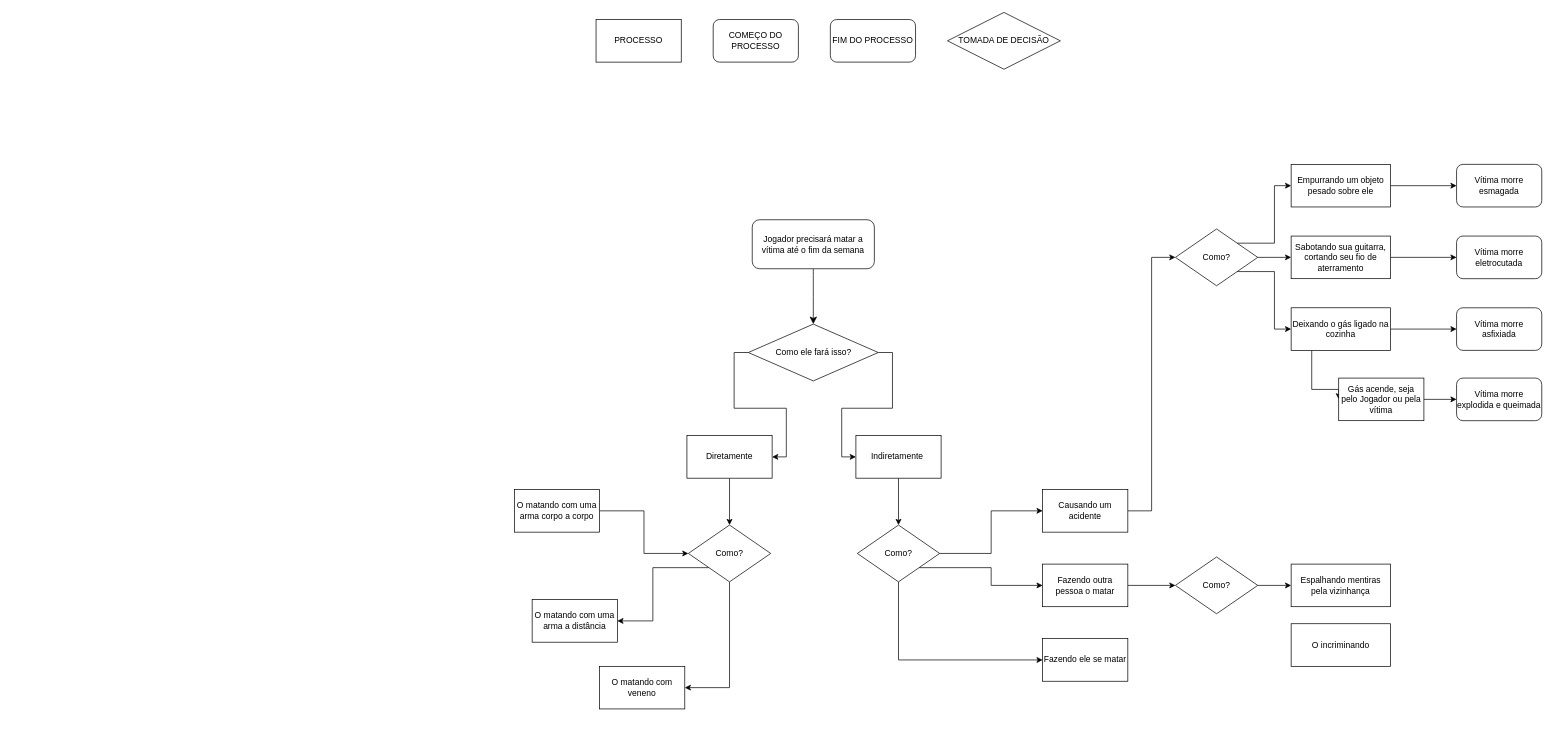
Above: Gameloop.drawio in Reimyel/Diagramas (draw.io), before the change. Source tidied: cells renumbered, new cells numbered last; positions are measured from the earlier drawing's top-left corner, leaving out a move shared by most shapes. Both pictures are drawn from the tidied source at 71%, with x=0, y=0 at pixel (514, 12).
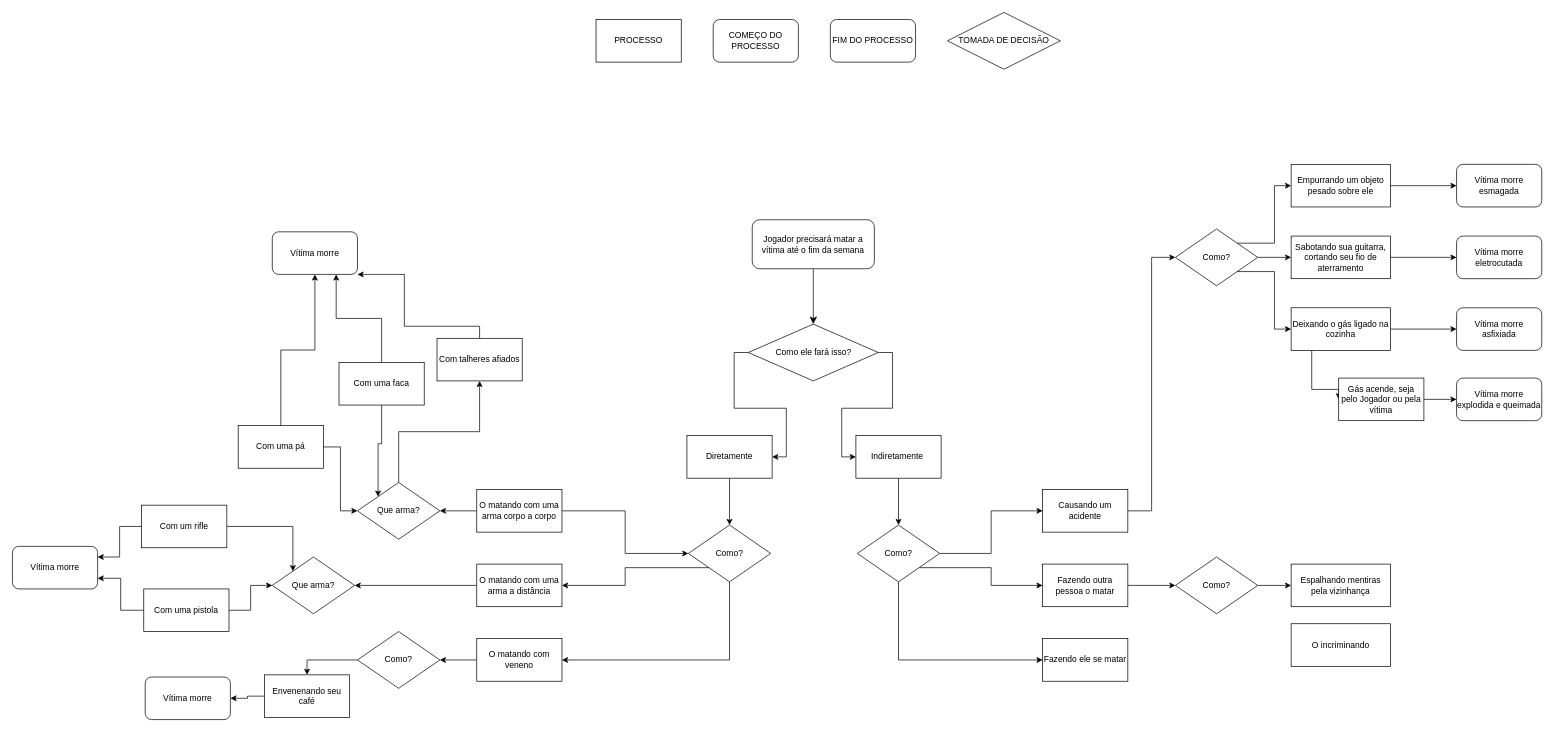
Above is the later version.

Change to the diagram source:
```diff
@@
+    <mxCell id="53" style="edgeStyle=orthogonalEdgeStyle;rounded=0;jettySize=auto;html=1;entryX=1;entryY=0.5;entryDx=0;entryDy=0;" parent="1" edge="1" source="25" target="57">
+      <mxGeometry relative="1" as="geometry" />
+    </mxCell>
     <mxCell id="25" value="O matando com uma arma corpo a corpo" style="whiteSpace=wrap;html=1;fillColor=light-dark(#FFFFFF,#3B2CAC);" parent="1" vertex="1">
-      <mxGeometry y="672" width="120" height="60" as="geometry" />
+      <mxGeometry x="-53" y="672" width="120" height="60" as="geometry" />
     </mxCell>
+    <mxCell id="54" style="edgeStyle=orthogonalEdgeStyle;rounded=0;jettySize=auto;html=1;entryX=1;entryY=0.5;entryDx=0;entryDy=0;" parent="1" edge="1" source="26" target="66">
+      <mxGeometry relative="1" as="geometry" />
+    </mxCell>
     <mxCell id="26" value="O matando com uma arma a distância" style="whiteSpace=wrap;html=1;fillColor=light-dark(#FFFFFF,#3B2CAC);" parent="1" vertex="1">
-      <mxGeometry x="25" y="827" width="120" height="60" as="geometry" />
+      <mxGeometry x="-53" y="777" width="120" height="60" as="geometry" />
     </mxCell>
+    <mxCell id="55" style="edgeStyle=orthogonalEdgeStyle;rounded=0;jettySize=auto;html=1;entryX=1;entryY=0.5;entryDx=0;entryDy=0;" parent="1" edge="1" source="27" target="76">
+      <mxGeometry relative="1" as="geometry" />
+    </mxCell>
     <mxCell id="27" value="O matando com veneno" style="whiteSpace=wrap;html=1;fillColor=light-dark(#FFFFFF,#3B2CAC);" parent="1" vertex="1">
-      <mxGeometry x="120" y="921" width="120" height="60" as="geometry" />
+      <mxGeometry x="-53" y="882" width="120" height="60" as="geometry" />
     </mxCell>
@@
+    <mxCell id="56" style="edgeStyle=orthogonalEdgeStyle;rounded=0;jettySize=auto;html=1;entryX=0.5;entryY=1;entryDx=0;entryDy=0;" parent="1" edge="1" source="57" target="59">
+      <mxGeometry relative="1" as="geometry" />
+    </mxCell>
+    <mxCell id="57" value="Que arma?" style="rhombus;whiteSpace=wrap;html=1;fillColor=light-dark(#FFFFFF,#FF9B2A);" parent="1" vertex="1">
+      <mxGeometry x="-221" y="662" width="116" height="80" as="geometry" />
+    </mxCell>
+    <mxCell id="58" style="edgeStyle=orthogonalEdgeStyle;rounded=0;jettySize=auto;html=1;entryX=1;entryY=1;entryDx=0;entryDy=0;" parent="1" edge="1" source="59" target="73">
+      <mxGeometry relative="1" as="geometry">
+        <Array as="points">
+          <mxPoint x="-49" y="442" />
+          <mxPoint x="-155" y="442" />
+          <mxPoint x="-155" y="369" />
+        </Array>
+      </mxGeometry>
+    </mxCell>
+    <mxCell id="59" value="Com talheres afiados" style="whiteSpace=wrap;html=1;fillColor=light-dark(#FFFFFF,#3B2CAC);" parent="1" vertex="1">
+      <mxGeometry x="-109" y="459" width="120" height="60" as="geometry" />
+    </mxCell>
+    <mxCell id="60" style="edgeStyle=orthogonalEdgeStyle;rounded=0;jettySize=auto;html=1;entryX=0;entryY=0;entryDx=0;entryDy=0;" parent="1" edge="1" source="62" target="57">
+      <mxGeometry relative="1" as="geometry" />
+    </mxCell>
+    <mxCell id="61" style="edgeStyle=orthogonalEdgeStyle;rounded=0;jettySize=auto;html=1;entryX=0.75;entryY=1;entryDx=0;entryDy=0;" parent="1" edge="1" source="62" target="73">
+      <mxGeometry relative="1" as="geometry" />
+    </mxCell>
+    <mxCell id="62" value="Com uma faca" style="whiteSpace=wrap;html=1;fillColor=light-dark(#FFFFFF,#3B2CAC);" parent="1" vertex="1">
+      <mxGeometry x="-247" y="493" width="120" height="60" as="geometry" />
+    </mxCell>
+    <mxCell id="63" style="edgeStyle=orthogonalEdgeStyle;rounded=0;jettySize=auto;html=1;entryX=0;entryY=0.5;entryDx=0;entryDy=0;" parent="1" edge="1" source="65" target="57">
+      <mxGeometry relative="1" as="geometry" />
+    </mxCell>
+    <mxCell id="64" style="edgeStyle=orthogonalEdgeStyle;rounded=0;jettySize=auto;html=1;entryX=0.5;entryY=1;entryDx=0;entryDy=0;" parent="1" edge="1" source="65" target="73">
+      <mxGeometry relative="1" as="geometry" />
+    </mxCell>
+    <mxCell id="65" value="Com uma pá" style="whiteSpace=wrap;html=1;fillColor=light-dark(#FFFFFF,#3B2CAC);" parent="1" vertex="1">
+      <mxGeometry x="-389" y="582" width="120" height="60" as="geometry" />
+    </mxCell>
+    <mxCell id="66" value="Que arma?" style="rhombus;whiteSpace=wrap;html=1;fillColor=light-dark(#FFFFFF,#FF9B2A);" parent="1" vertex="1">
+      <mxGeometry x="-341" y="767" width="116" height="80" as="geometry" />
+    </mxCell>
+    <mxCell id="67" style="edgeStyle=orthogonalEdgeStyle;rounded=0;jettySize=auto;html=1;entryX=0;entryY=0;entryDx=0;entryDy=0;" parent="1" edge="1" source="69" target="66">
+      <mxGeometry relative="1" as="geometry" />
+    </mxCell>
+    <mxCell id="68" style="edgeStyle=orthogonalEdgeStyle;rounded=0;jettySize=auto;html=1;entryX=1;entryY=0.25;entryDx=0;entryDy=0;" parent="1" edge="1" source="69" target="74">
+      <mxGeometry relative="1" as="geometry" />
+    </mxCell>
+    <mxCell id="69" value="Com um rifle" style="whiteSpace=wrap;html=1;fillColor=light-dark(#FFFFFF,#3B2CAC);" parent="1" vertex="1">
+      <mxGeometry x="-525" y="694" width="120" height="60" as="geometry" />
+    </mxCell>
+    <mxCell id="70" style="edgeStyle=orthogonalEdgeStyle;rounded=0;jettySize=auto;html=1;entryX=0;entryY=0.5;entryDx=0;entryDy=0;" parent="1" edge="1" source="72" target="66">
+      <mxGeometry relative="1" as="geometry" />
+    </mxCell>
+    <mxCell id="71" style="edgeStyle=orthogonalEdgeStyle;rounded=0;jettySize=auto;html=1;entryX=1;entryY=0.75;entryDx=0;entryDy=0;" parent="1" edge="1" source="72" target="74">
+      <mxGeometry relative="1" as="geometry" />
+    </mxCell>
+    <mxCell id="72" value="Com uma pistola" style="whiteSpace=wrap;html=1;fillColor=light-dark(#FFFFFF,#3B2CAC);" parent="1" vertex="1">
+      <mxGeometry x="-522" y="812" width="120" height="60" as="geometry" />
+    </mxCell>
+    <mxCell id="73" value="Vítima morre" style="rounded=1;whiteSpace=wrap;html=1;fillColor=light-dark(#FFFFFF,#FF4B51);" parent="1" vertex="1">
+      <mxGeometry x="-341" y="309" width="120" height="60" as="geometry" />
+    </mxCell>
+    <mxCell id="74" value="Vítima morre" style="rounded=1;whiteSpace=wrap;html=1;fillColor=light-dark(#FFFFFF,#FF4B51);" parent="1" vertex="1">
+      <mxGeometry x="-707" y="752" width="120" height="60" as="geometry" />
+    </mxCell>
+    <mxCell id="75" style="edgeStyle=orthogonalEdgeStyle;rounded=0;jettySize=auto;html=1;entryX=0.5;entryY=0;entryDx=0;entryDy=0;" parent="1" edge="1" source="76" target="78">
+      <mxGeometry relative="1" as="geometry" />
+    </mxCell>
+    <mxCell id="76" value="Como?" style="rhombus;whiteSpace=wrap;html=1;fillColor=light-dark(#FFFFFF,#FF9B2A);" parent="1" vertex="1">
+      <mxGeometry x="-221" y="872" width="116" height="80" as="geometry" />
+    </mxCell>
+    <mxCell id="77" style="edgeStyle=orthogonalEdgeStyle;rounded=0;jettySize=auto;html=1;entryX=1;entryY=0.5;entryDx=0;entryDy=0;" parent="1" edge="1" source="78" target="79">
+      <mxGeometry relative="1" as="geometry" />
+    </mxCell>
+    <mxCell id="78" value="Envenenando seu café" style="whiteSpace=wrap;html=1;fillColor=light-dark(#FFFFFF,#3B2CAC);" parent="1" vertex="1">
+      <mxGeometry x="-352" y="933" width="120" height="60" as="geometry" />
+    </mxCell>
+    <mxCell id="79" value="Vítima morre" style="rounded=1;whiteSpace=wrap;html=1;fillColor=light-dark(#FFFFFF,#FF4B51);" parent="1" vertex="1">
+      <mxGeometry x="-520" y="936" width="120" height="60" as="geometry" />
+    </mxCell>
```
